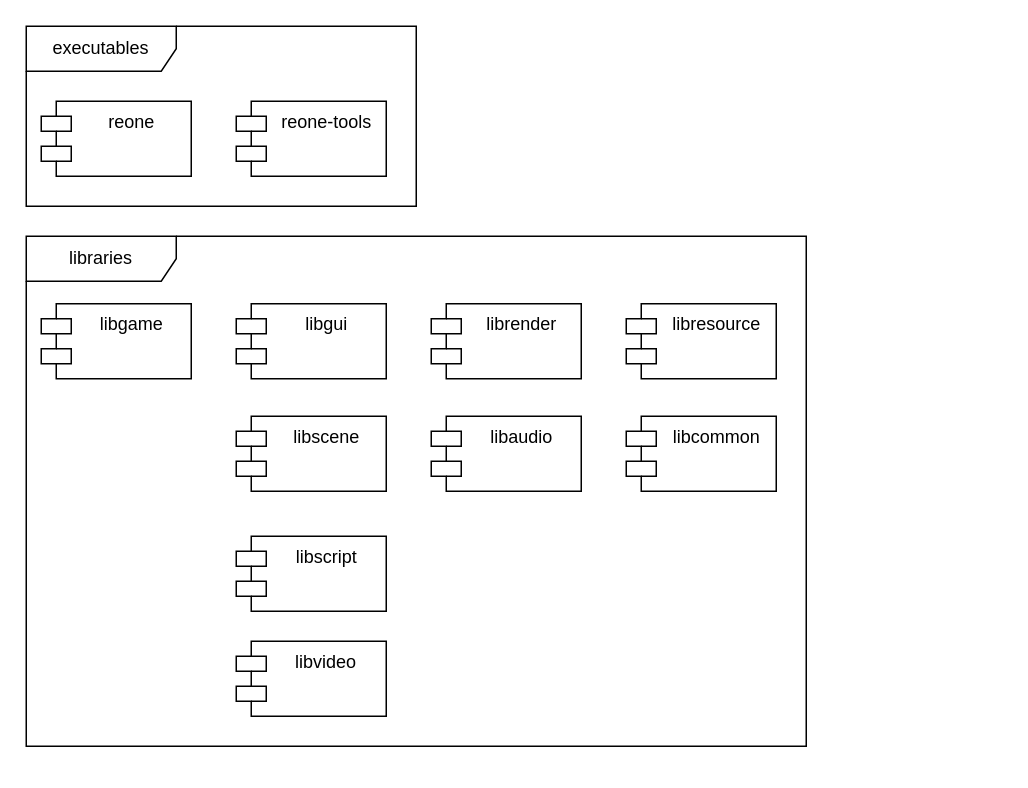
Above: images/modules.drawio in seedhartha/reone (draw.io), before the change. Source tidied: cells renumbered, new cells numbered last; positions are measured from the earlier drawing's top-left corner, leaving out a move shared by most shapes. Both pictures are drawn from the tidied source at 150%, with x=0, y=0 at pixel (26, 26).
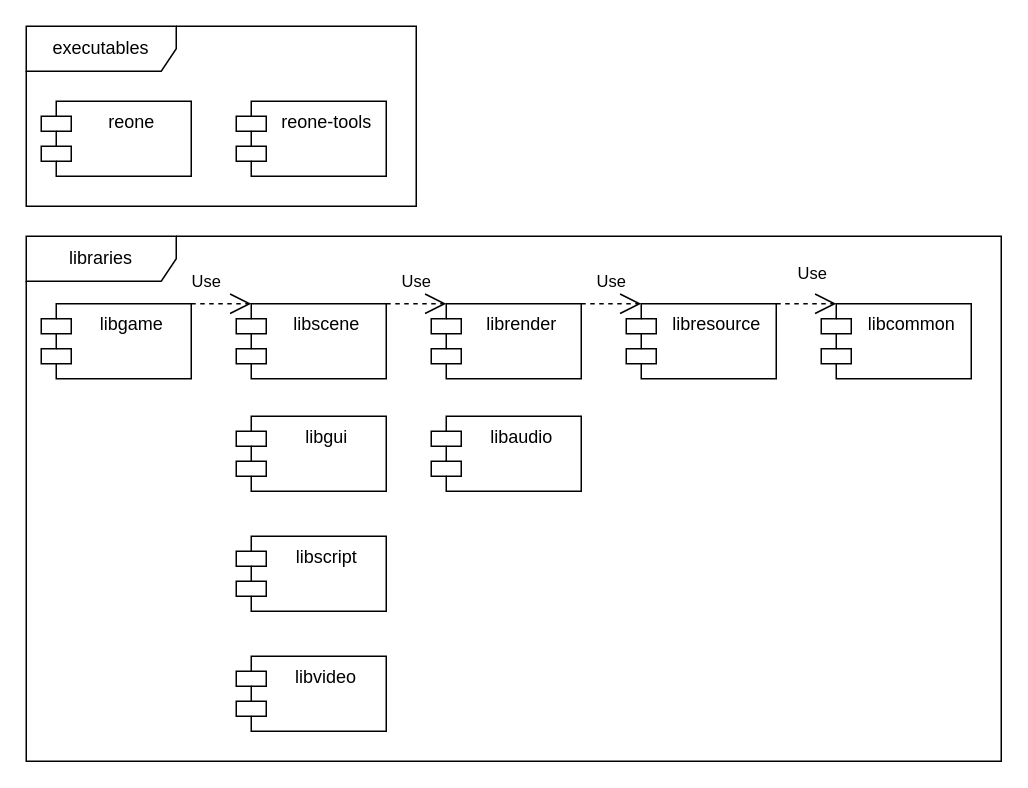
After the change.

Commit message (it also covers changes not shown here):
doc: Refresh modules diagram

[ci skip]

Unchanged cells that the change refers to:
```xml
<mxCell id="8" value="libgame" style="shape=module;align=center;spacingLeft=20;align=center;verticalAlign=top;html=1;labelPosition=center;verticalLabelPosition=middle;" parent="1" vertex="1">
  <mxGeometry x="10" y="185" width="100" height="50" as="geometry" />
</mxCell>
<mxCell id="11" value="librender" style="shape=module;align=left;spacingLeft=20;align=center;verticalAlign=top;html=1;" parent="1" vertex="1">
  <mxGeometry x="270" y="185" width="100" height="50" as="geometry" />
</mxCell>
<mxCell id="12" value="libresource" style="shape=module;align=left;spacingLeft=20;align=center;verticalAlign=top;html=1;" parent="1" vertex="1">
  <mxGeometry x="400" y="185" width="100" height="50" as="geometry" />
</mxCell>
```

The edit, as a diff of the source:
```diff
@@
     <mxCell id="2" value="libraries" style="shape=umlFrame;whiteSpace=wrap;html=1;width=100;height=30;" parent="1" vertex="1">
-      <mxGeometry y="140" width="520" height="340" as="geometry" />
+      <mxGeometry y="140" width="650" height="350" as="geometry" />
     </mxCell>
@@
     <mxCell id="9" value="libcommon" style="shape=module;align=left;spacingLeft=20;align=center;verticalAlign=top;html=1;" parent="1" vertex="1">
-      <mxGeometry x="400" y="260" width="100" height="50" as="geometry" />
+      <mxGeometry x="530" y="185" width="100" height="50" as="geometry" />
     </mxCell>
@@
-    <mxCell id="13" value="libscene" style="shape=module;align=left;spacingLeft=20;align=center;verticalAlign=top;html=1;" parent="1" vertex="1">
+    <mxCell id="13" value="libgui" style="shape=module;align=left;spacingLeft=20;align=center;verticalAlign=top;html=1;" parent="1" vertex="1">
       <mxGeometry x="140" y="260" width="100" height="50" as="geometry" />
     </mxCell>
-    <mxCell id="14" value="libgui" style="shape=module;align=left;spacingLeft=20;align=center;verticalAlign=top;html=1;" parent="1" vertex="1">
+    <mxCell id="14" value="libscene" style="shape=module;align=left;spacingLeft=20;align=center;verticalAlign=top;html=1;" parent="1" vertex="1">
       <mxGeometry x="140" y="185" width="100" height="50" as="geometry" />
     </mxCell>
@@
     <mxCell id="16" value="libvideo" style="shape=module;align=left;spacingLeft=20;align=center;verticalAlign=top;" parent="1" vertex="1">
-      <mxGeometry x="140" y="410" width="100" height="50" as="geometry" />
+      <mxGeometry x="140" y="420" width="100" height="50" as="geometry" />
     </mxCell>
+    <mxCell id="17" value="Use" style="endArrow=open;endSize=12;dashed=1;html=1;exitX=1;exitY=0;exitDx=0;exitDy=0;entryX=0;entryY=0;entryDx=10;entryDy=0;entryPerimeter=0;" parent="1" edge="1" source="8" target="14">
+      <mxGeometry x="-0.5" y="15" relative="1" as="geometry" />
+    </mxCell>
+    <mxCell id="18" value="Use" style="endArrow=open;endSize=12;dashed=1;html=1;exitX=1;exitY=0;exitDx=0;exitDy=0;entryX=0;entryY=0;entryDx=10;entryDy=0;entryPerimeter=0;" parent="1" edge="1" source="14" target="11">
+      <mxGeometry y="15" relative="1" as="geometry" />
+    </mxCell>
+    <mxCell id="19" value="Use" style="endArrow=open;endSize=12;dashed=1;html=1;exitX=1;exitY=0;exitDx=0;exitDy=0;entryX=0;entryY=0;entryDx=10;entryDy=0;entryPerimeter=0;" parent="1" edge="1" source="11" target="12">
+      <mxGeometry y="15" relative="1" as="geometry" />
+    </mxCell>
+    <mxCell id="20" value="Use" style="endArrow=open;endSize=12;dashed=1;html=1;exitX=1;exitY=0;exitDx=0;exitDy=0;entryX=0;entryY=0;entryDx=10;entryDy=0;entryPerimeter=0;" parent="1" edge="1" source="12" target="9">
+      <mxGeometry x="0.2" y="20" relative="1" as="geometry" />
+    </mxCell>
```
